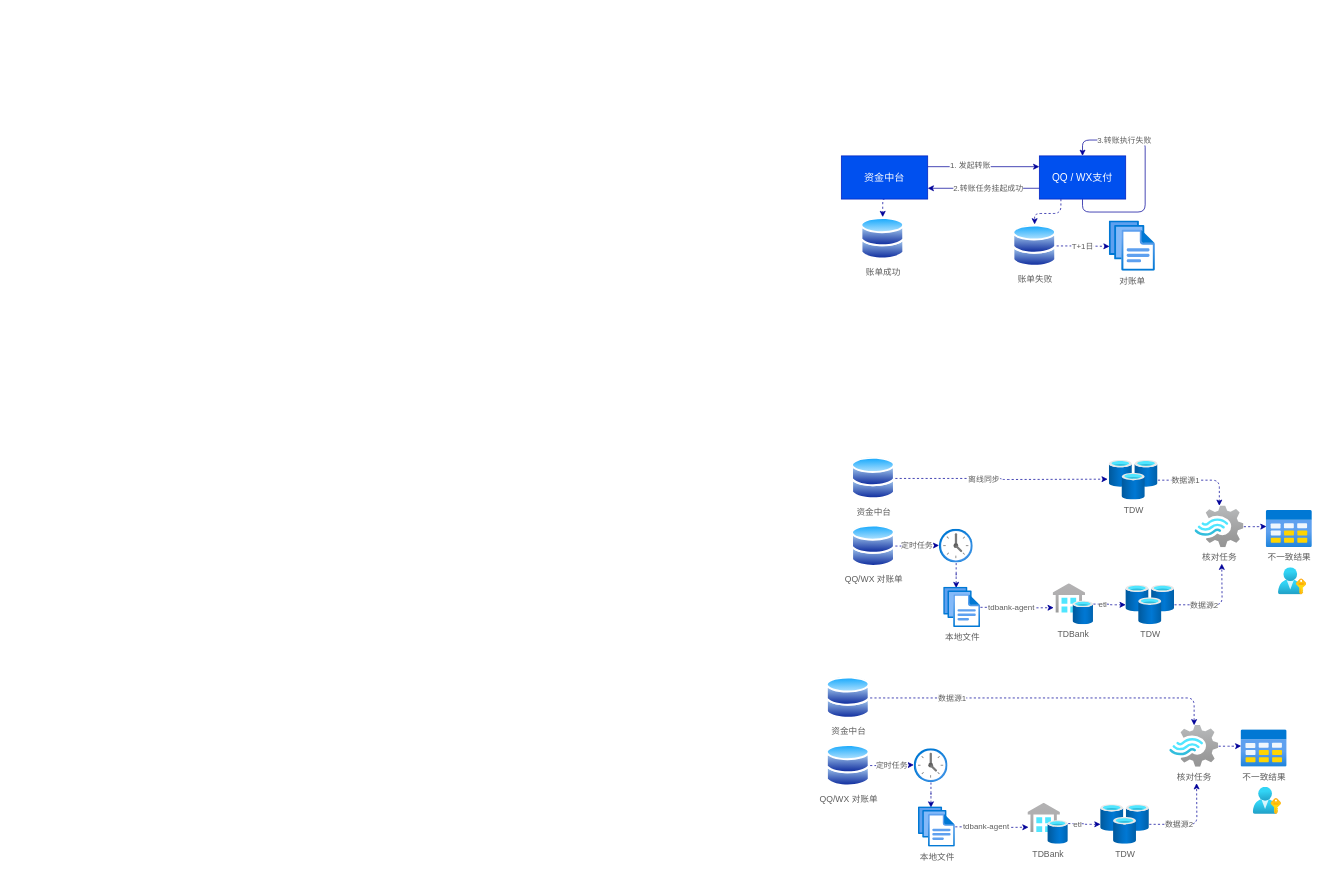
This is page "Page-2" (2 of 2) of Untitled Diagram.drawio from wutongshu1993/blog, a draw.io file, before an edit. Source tidied: cells renumbered, new cells numbered last; positions are measured from the earlier drawing's top-left corner, leaving out a move shared by most shapes. Both pictures are drawn from the tidied source at 72%, with x=0, y=0 at pixel (826, 140).
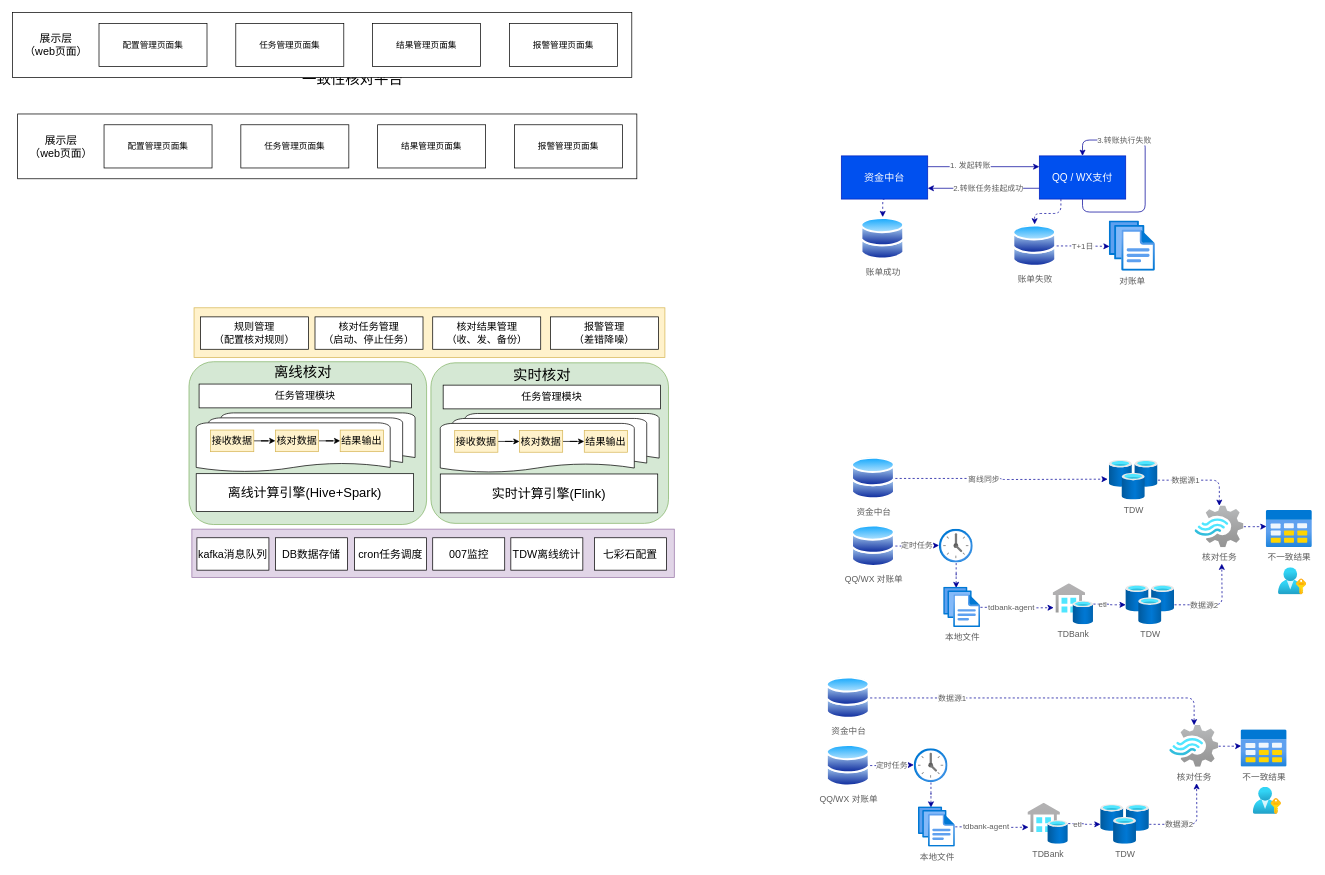
Above is the later version.

The edit, as a diff of the source:
```diff
@@
+    <mxCell id="60" style="rounded=0;whiteSpace=wrap;html=1;strokeWidth=1;fillColor=#e1d5e7;strokeColor=#9673a6;" parent="1" vertex="1">
+      <mxGeometry x="-881" y="540.4" width="670" height="67" as="geometry" />
+    </mxCell>
+    <mxCell id="61" style="rounded=0;whiteSpace=wrap;html=1;strokeWidth=1;fillColor=#fff2cc;strokeColor=#d6b656;" parent="1" vertex="1">
+      <mxGeometry x="-878" y="233" width="654" height="69" as="geometry" />
+    </mxCell>
+    <mxCell id="62" style="rounded=1;whiteSpace=wrap;html=1;strokeWidth=1;fillColor=#d5e8d4;strokeColor=#82b366;" parent="1" vertex="1">
+      <mxGeometry x="-549" y="309.4" width="330" height="223" as="geometry" />
+    </mxCell>
+    <mxCell id="63" style="strokeWidth=1;html=1;shape=mxgraph.flowchart.multi-document;whiteSpace=wrap;" parent="1" vertex="1">
+      <mxGeometry x="-536" y="379.8" width="304" height="83" as="geometry" />
+    </mxCell>
+    <mxCell id="64" value="&lt;font style=&quot;font-size: 18px&quot;&gt;实时计算引擎(Flink)&lt;/font&gt;" style="rounded=0;whiteSpace=wrap;html=1;" parent="1" vertex="1">
+      <mxGeometry x="-536" y="463.8" width="302" height="54" as="geometry" />
+    </mxCell>
+    <mxCell id="65" style="edgeStyle=orthogonalEdgeStyle;rounded=0;jettySize=auto;html=1;" parent="1" edge="1" source="66" target="68">
+      <mxGeometry relative="1" as="geometry" />
+    </mxCell>
+    <mxCell id="66" value="接收数据" style="rounded=0;whiteSpace=wrap;html=1;fillColor=#fff2cc;strokeColor=#d6b656;fontSize=14;" parent="1" vertex="1">
+      <mxGeometry x="-516" y="403.6" width="60" height="30" as="geometry" />
+    </mxCell>
+    <mxCell id="67" style="edgeStyle=orthogonalEdgeStyle;rounded=0;jettySize=auto;html=1;entryX=0;entryY=0.5;entryDx=0;entryDy=0;" parent="1" edge="1" source="68" target="69">
+      <mxGeometry relative="1" as="geometry" />
+    </mxCell>
+    <mxCell id="68" value="核对数据" style="rounded=0;whiteSpace=wrap;html=1;fillColor=#fff2cc;strokeColor=#d6b656;fontSize=14;" parent="1" vertex="1">
+      <mxGeometry x="-426" y="403.6" width="60" height="30" as="geometry" />
+    </mxCell>
+    <mxCell id="69" value="结果输出" style="rounded=0;whiteSpace=wrap;html=1;fillColor=#fff2cc;strokeColor=#d6b656;fontSize=14;" parent="1" vertex="1">
+      <mxGeometry x="-336" y="403.6" width="60" height="30" as="geometry" />
+    </mxCell>
+    <mxCell id="70" value="&lt;font style=&quot;font-size: 14px;&quot;&gt;任务管理模块&lt;/font&gt;" style="rounded=0;whiteSpace=wrap;html=1;fontSize=14;" parent="1" vertex="1">
+      <mxGeometry x="-532" y="340.4" width="302" height="33" as="geometry" />
+    </mxCell>
+    <mxCell id="71" value="&lt;font style=&quot;font-size: 20px&quot;&gt;实时核对&lt;/font&gt;" style="text;html=1;align=center;verticalAlign=middle;strokeColor=none;" parent="1" vertex="1">
+      <mxGeometry x="-440.5" y="315.4" width="90" height="21" as="geometry" />
+    </mxCell>
+    <mxCell id="72" value="&lt;span style=&quot;font-size: 20px&quot;&gt;一致性核对平台&lt;/span&gt;" style="text;html=1;align=center;verticalAlign=middle;strokeColor=none;" parent="1" vertex="1">
+      <mxGeometry x="-738" y="-96.2" width="160" height="20" as="geometry" />
+    </mxCell>
+    <mxCell id="73" style="rounded=0;whiteSpace=wrap;html=1;strokeWidth=1;" parent="1" vertex="1">
+      <mxGeometry x="-1123" y="-36.2" width="860" height="90" as="geometry" />
+    </mxCell>
+    <mxCell id="74" value="配置管理页面集" style="rounded=0;whiteSpace=wrap;html=1;strokeWidth=1;" parent="1" vertex="1">
+      <mxGeometry x="-1003" y="-21.2" width="150" height="60" as="geometry" />
+    </mxCell>
+    <mxCell id="75" value="任务管理页面集" style="rounded=0;whiteSpace=wrap;html=1;strokeWidth=1;" parent="1" vertex="1">
+      <mxGeometry x="-813" y="-21.2" width="150" height="60" as="geometry" />
+    </mxCell>
+    <mxCell id="76" value="结果管理页面集" style="rounded=0;whiteSpace=wrap;html=1;strokeWidth=1;" parent="1" vertex="1">
+      <mxGeometry x="-623" y="-21.2" width="150" height="60" as="geometry" />
+    </mxCell>
+    <mxCell id="77" value="报警管理页面集" style="rounded=0;whiteSpace=wrap;html=1;strokeWidth=1;" parent="1" vertex="1">
+      <mxGeometry x="-433" y="-21.2" width="150" height="60" as="geometry" />
+    </mxCell>
+    <mxCell id="78" value="&lt;font style=&quot;font-size: 15px&quot;&gt;展示层&lt;br&gt;（web页面）&lt;/font&gt;" style="text;html=1;align=center;verticalAlign=middle;strokeColor=none;" parent="1" vertex="1">
+      <mxGeometry x="-1113" y="-11.2" width="100" height="40" as="geometry" />
+    </mxCell>
+    <mxCell id="79" value="规则管理&lt;br style=&quot;font-size: 14px;&quot;&gt;（配置核对规则）" style="rounded=0;whiteSpace=wrap;html=1;strokeWidth=1;fontSize=14;flipH=0;" parent="1" vertex="1">
+      <mxGeometry x="-869" y="245.6" width="150" height="45" as="geometry" />
+    </mxCell>
+    <mxCell id="80" value="核对结果管理&lt;br style=&quot;font-size: 14px;&quot;&gt;（收、发、备份）" style="rounded=0;whiteSpace=wrap;html=1;strokeWidth=1;fontSize=14;flipH=0;" parent="1" vertex="1">
+      <mxGeometry x="-546.5" y="245.6" width="150" height="45" as="geometry" />
+    </mxCell>
+    <mxCell id="81" value="kafka消息队列" style="rounded=0;whiteSpace=wrap;html=1;strokeWidth=1;flipH=0;fontSize=15;flipV=1;" parent="1" vertex="1">
+      <mxGeometry x="-874" y="552.4" width="100" height="45" as="geometry" />
+    </mxCell>
+    <mxCell id="82" value="DB数据存储" style="rounded=0;whiteSpace=wrap;html=1;strokeWidth=1;flipH=0;fontSize=15;flipV=1;" parent="1" vertex="1">
+      <mxGeometry x="-765" y="552.4" width="100" height="45" as="geometry" />
+    </mxCell>
+    <mxCell id="83" value="报警管理&lt;br style=&quot;font-size: 14px;&quot;&gt;（差错降噪）" style="rounded=0;whiteSpace=wrap;html=1;strokeWidth=1;fontSize=14;flipH=0;" parent="1" vertex="1">
+      <mxGeometry x="-383" y="245.6" width="150" height="45" as="geometry" />
+    </mxCell>
+    <mxCell id="84" value="cron任务调度" style="rounded=0;whiteSpace=wrap;html=1;strokeWidth=1;flipH=0;fontSize=15;flipV=1;" parent="1" vertex="1">
+      <mxGeometry x="-655" y="552.4" width="100" height="45" as="geometry" />
+    </mxCell>
+    <mxCell id="85" value="核对任务管理&lt;br style=&quot;font-size: 14px;&quot;&gt;（启动、停止任务）" style="rounded=0;whiteSpace=wrap;html=1;strokeWidth=1;fontSize=14;flipH=0;" parent="1" vertex="1">
+      <mxGeometry x="-710" y="245.6" width="150" height="45" as="geometry" />
+    </mxCell>
+    <mxCell id="86" style="rounded=0;whiteSpace=wrap;html=1;strokeWidth=1;" parent="1" vertex="1">
+      <mxGeometry x="-1130" y="-177" width="860" height="90" as="geometry" />
+    </mxCell>
+    <mxCell id="87" value="配置管理页面集" style="rounded=0;whiteSpace=wrap;html=1;strokeWidth=1;" parent="1" vertex="1">
+      <mxGeometry x="-1010" y="-162" width="150" height="60" as="geometry" />
+    </mxCell>
+    <mxCell id="88" value="任务管理页面集" style="rounded=0;whiteSpace=wrap;html=1;strokeWidth=1;" parent="1" vertex="1">
+      <mxGeometry x="-820" y="-162" width="150" height="60" as="geometry" />
+    </mxCell>
+    <mxCell id="89" value="结果管理页面集" style="rounded=0;whiteSpace=wrap;html=1;strokeWidth=1;" parent="1" vertex="1">
+      <mxGeometry x="-630" y="-162" width="150" height="60" as="geometry" />
+    </mxCell>
+    <mxCell id="90" value="报警管理页面集" style="rounded=0;whiteSpace=wrap;html=1;strokeWidth=1;" parent="1" vertex="1">
+      <mxGeometry x="-440" y="-162" width="150" height="60" as="geometry" />
+    </mxCell>
+    <mxCell id="91" value="&lt;font style=&quot;font-size: 15px&quot;&gt;展示层&lt;br&gt;（web页面）&lt;/font&gt;" style="text;html=1;align=center;verticalAlign=middle;strokeColor=none;" parent="1" vertex="1">
+      <mxGeometry x="-1120" y="-152" width="100" height="40" as="geometry" />
+    </mxCell>
+    <mxCell id="92" value="007监控" style="rounded=0;whiteSpace=wrap;html=1;strokeWidth=1;flipH=0;fontSize=15;flipV=1;" parent="1" vertex="1">
+      <mxGeometry x="-546.5" y="552.4" width="100" height="45" as="geometry" />
+    </mxCell>
+    <mxCell id="93" value="TDW离线统计" style="rounded=0;whiteSpace=wrap;html=1;strokeWidth=1;flipH=0;fontSize=15;flipV=1;" parent="1" vertex="1">
+      <mxGeometry x="-438" y="552.4" width="100" height="45" as="geometry" />
+    </mxCell>
+    <mxCell id="94" value="七彩石配置" style="rounded=0;whiteSpace=wrap;html=1;strokeWidth=1;flipH=0;fontSize=15;flipV=1;" parent="1" vertex="1">
+      <mxGeometry x="-322" y="552.4" width="100" height="45" as="geometry" />
+    </mxCell>
+    <mxCell id="95" style="edgeStyle=none;rounded=0;orthogonalLoop=1;jettySize=auto;html=1;exitX=1;exitY=0.5;exitDx=0;exitDy=0;" parent="1" edge="1" source="60" target="60">
+      <mxGeometry relative="1" as="geometry" />
+    </mxCell>
+    <mxCell id="96" style="rounded=1;whiteSpace=wrap;html=1;strokeWidth=1;fillColor=#d5e8d4;strokeColor=#82b366;" parent="1" vertex="1">
+      <mxGeometry x="-885" y="307.9" width="330" height="226.1" as="geometry" />
+    </mxCell>
+    <mxCell id="97" style="strokeWidth=1;html=1;shape=mxgraph.flowchart.multi-document;whiteSpace=wrap;" parent="1" vertex="1">
+      <mxGeometry x="-875" y="379" width="304" height="83" as="geometry" />
+    </mxCell>
+    <mxCell id="98" value="&lt;span style=&quot;font-size: 18px&quot;&gt;离线计算引擎(Hive+Spark)&lt;/span&gt;" style="rounded=0;whiteSpace=wrap;html=1;" parent="1" vertex="1">
+      <mxGeometry x="-875" y="463.4" width="302" height="52.6" as="geometry" />
+    </mxCell>
+    <mxCell id="99" style="edgeStyle=orthogonalEdgeStyle;rounded=0;jettySize=auto;html=1;" parent="1" edge="1" source="100" target="102">
+      <mxGeometry relative="1" as="geometry" />
+    </mxCell>
+    <mxCell id="100" value="接收数据" style="rounded=0;whiteSpace=wrap;html=1;fillColor=#fff2cc;strokeColor=#d6b656;fontSize=14;" parent="1" vertex="1">
+      <mxGeometry x="-855" y="402.8" width="60" height="30" as="geometry" />
+    </mxCell>
+    <mxCell id="101" style="edgeStyle=orthogonalEdgeStyle;rounded=0;jettySize=auto;html=1;entryX=0;entryY=0.5;entryDx=0;entryDy=0;" parent="1" edge="1" source="102" target="103">
+      <mxGeometry relative="1" as="geometry" />
+    </mxCell>
+    <mxCell id="102" value="核对数据" style="rounded=0;whiteSpace=wrap;html=1;fillColor=#fff2cc;strokeColor=#d6b656;fontSize=14;" parent="1" vertex="1">
+      <mxGeometry x="-765" y="402.8" width="60" height="30" as="geometry" />
+    </mxCell>
+    <mxCell id="103" value="结果输出" style="rounded=0;whiteSpace=wrap;html=1;fillColor=#fff2cc;strokeColor=#d6b656;fontSize=14;" parent="1" vertex="1">
+      <mxGeometry x="-675" y="402.8" width="60" height="30" as="geometry" />
+    </mxCell>
+    <mxCell id="104" value="&lt;font style=&quot;font-size: 14px;&quot;&gt;任务管理模块&lt;/font&gt;" style="rounded=0;whiteSpace=wrap;html=1;fontSize=14;" parent="1" vertex="1">
+      <mxGeometry x="-871" y="338.9" width="295" height="33.1" as="geometry" />
+    </mxCell>
+    <mxCell id="105" value="&lt;font style=&quot;font-size: 20px&quot;&gt;离线核对&lt;/font&gt;" style="text;html=1;align=center;verticalAlign=middle;strokeColor=none;" parent="1" vertex="1">
+      <mxGeometry x="-772" y="311.9" width="90" height="21" as="geometry" />
+    </mxCell>
+    <mxCell id="106" style="edgeStyle=none;rounded=0;orthogonalLoop=1;jettySize=auto;html=1;exitX=1;exitY=0.5;exitDx=0;exitDy=0;fontSize=14;" parent="1" edge="1" source="79" target="79">
+      <mxGeometry relative="1" as="geometry" />
+    </mxCell>
```
